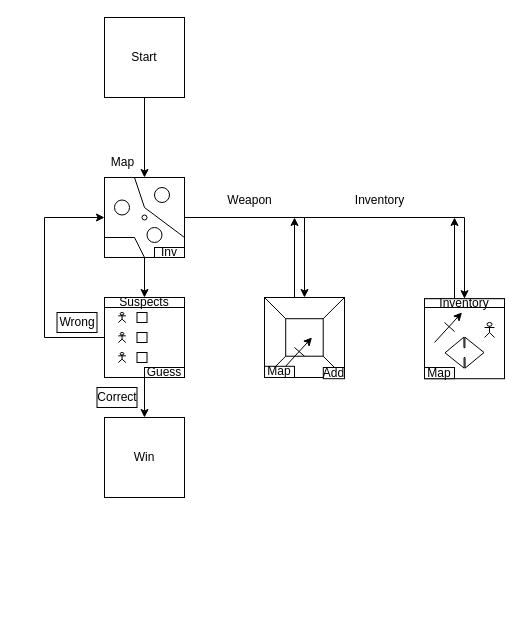
Above: Detective Game.drawio in louisslater/test-AR-js (draw.io), before the change. Source tidied: cells renumbered, new cells numbered last; positions are measured from the earlier drawing's top-left corner, leaving out a move shared by most shapes. Both pictures are drawn from the tidied source at 100%, with x=0, y=0 at pixel (44, 17).
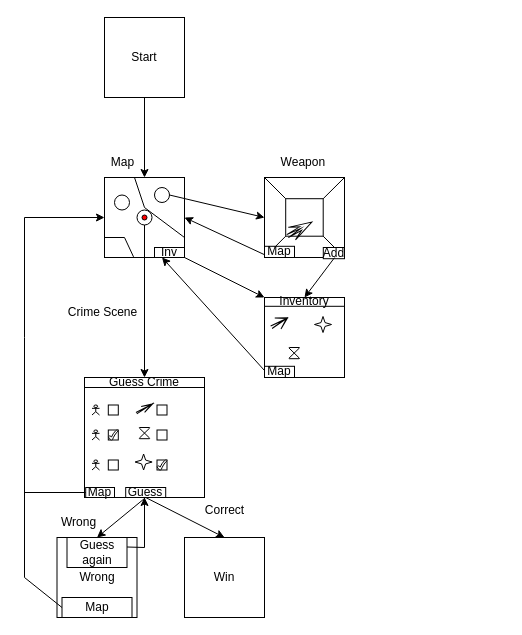
The same page after the edit.

The change refers to these unchanged cells:
```xml
<mxCell id="9" style="whiteSpace=wrap;html=1;" parent="8" vertex="1">
  <mxGeometry width="80" height="80" as="geometry" />
</mxCell>
<mxCell id="10" style="whiteSpace=wrap;html=1;" parent="8" vertex="1">
  <mxGeometry x="21.2" y="21.2" width="37.5" height="37.5" as="geometry" />
</mxCell>
<mxCell id="19" value="Map" style="rounded=0;whiteSpace=wrap;html=1;" parent="8" vertex="1">
  <mxGeometry y="68.8" width="30" height="11.2" as="geometry" />
</mxCell>
<mxCell id="20" style="group;" parent="1" vertex="1">
  <mxGeometry x="60" y="160" width="80" height="80" as="geometry" />
</mxCell>
<mxCell id="21" style="whiteSpace=wrap;html=1;" parent="20" vertex="1">
  <mxGeometry width="80" height="80" as="geometry" />
</mxCell>
<mxCell id="23" style="ellipse;whiteSpace=wrap;html=1;" parent="20" vertex="1">
  <mxGeometry x="50" y="10" width="15" height="15" as="geometry" />
</mxCell>
<mxCell id="29" value="Inv" style="rounded=0;whiteSpace=wrap;html=1;" parent="20" vertex="1">
  <mxGeometry x="50" y="70" width="30" height="10" as="geometry" />
</mxCell>
```

Change to the diagram source:
```diff
@@
-    <mxCell id="4" style="edgeStyle=orthogonalEdgeStyle;rounded=0;jettySize=auto;html=1;exitX=1;exitY=0.5;exitDx=0;exitDy=0;" parent="1" edge="1" source="21" target="9">
-      <mxGeometry relative="1" as="geometry">
-        <Array as="points">
-          <mxPoint x="260" y="200" />
-        </Array>
-      </mxGeometry>
-    </mxCell>
@@
-    <mxCell id="6" value="Weapon" style="text;html=1;align=center;verticalAlign=middle;strokeColor=none;fillColor=none;" parent="1" vertex="1">
-      <mxGeometry x="170" y="168" width="70" height="30" as="geometry" />
+    <mxCell id="6" value="Weapon&amp;nbsp;" style="text;html=1;align=center;verticalAlign=middle;strokeColor=none;fillColor=none;" parent="1" vertex="1">
+      <mxGeometry x="225" y="130" width="70" height="30" as="geometry" />
     </mxCell>
     <mxCell id="7" style="whiteSpace=wrap;html=1;" parent="1" vertex="1">
-      <mxGeometry x="60" y="280" width="80" height="80" as="geometry" />
+      <mxGeometry x="40" y="360" width="120" height="120" as="geometry" />
     </mxCell>
     <mxCell id="8" style="group;" parent="1" vertex="1">
-      <mxGeometry x="220" y="280" width="80" height="81.2" as="geometry" />
+      <mxGeometry x="220" y="160" width="94" height="81.2" as="geometry" />
     </mxCell>
@@
-    <mxCell id="16" style="endArrow=classic;html=1;rounded=0;exitX=0.25;exitY=0.875;exitDx=0;exitDy=0;exitPerimeter=0;" parent="8" edge="1" source="9">
-      <mxGeometry relative="1" as="geometry">
-        <mxPoint x="47.5" y="40" as="targetPoint" />
-      </mxGeometry>
-    </mxCell>
-    <mxCell id="17" style="endArrow=none;html=1;rounded=0;entryX=0.233;entryY=0.767;entryDx=0;entryDy=0;entryPerimeter=0;exitX=0.5;exitY=1;exitDx=0;exitDy=0;" parent="8" edge="1" source="10" target="10">
-      <mxGeometry relative="1" as="geometry" />
-    </mxCell>
@@
+    <mxCell id="55" style="html=1;shadow=0;dashed=0;align=center;verticalAlign=middle;shape=mxgraph.arrows2.stylisedArrow;dy=0.73;dx=13;notch=15;feather=0.77;rotation=-30;" parent="8" vertex="1">
+      <mxGeometry x="21.2" y="44.4" width="28" height="14.4" as="geometry" />
+    </mxCell>
@@
-    <mxCell id="22" style="ellipse;whiteSpace=wrap;html=1;" parent="20" vertex="1">
-      <mxGeometry x="37.5" y="37.5" width="5" height="5" as="geometry" />
-    </mxCell>
@@
     <mxCell id="24" style="ellipse;whiteSpace=wrap;html=1;" parent="20" vertex="1">
-      <mxGeometry x="10" y="22.5" width="15" height="15" as="geometry" />
+      <mxGeometry x="32.5" y="32.5" width="15" height="15" as="geometry" />
     </mxCell>
     <mxCell id="25" style="ellipse;whiteSpace=wrap;html=1;" parent="20" vertex="1">
-      <mxGeometry x="42.5" y="50" width="15" height="15" as="geometry" />
+      <mxGeometry x="10" y="17.5" width="15" height="15" as="geometry" />
     </mxCell>
@@
-    <mxCell id="27" style="endArrow=none;html=1;rounded=0;entryX=0;entryY=0.75;entryDx=0;entryDy=0;exitX=0.5;exitY=1;exitDx=0;exitDy=0;" parent="20" edge="1" source="21" target="21">
+    <mxCell id="27" style="endArrow=none;html=1;rounded=0;entryX=0;entryY=0.75;entryDx=0;entryDy=0;exitX=0.363;exitY=0.992;exitDx=0;exitDy=0;exitPerimeter=0;" parent="20" edge="1" source="21" target="21">
       <mxGeometry relative="1" as="geometry">
         <Array as="points">
-          <mxPoint x="30" y="60" />
+          <mxPoint x="20" y="60" />
         </Array>
       </mxGeometry>
     </mxCell>
@@
+    <mxCell id="22" style="ellipse;whiteSpace=wrap;html=1;fillColor=#FF0000;" parent="20" vertex="1">
+      <mxGeometry x="37.5" y="37.5" width="5" height="5" as="geometry" />
+    </mxCell>
     <mxCell id="30" style="shape=umlActor;verticalLabelPosition=bottom;verticalAlign=top;html=1;" parent="1" vertex="1">
-      <mxGeometry x="73.8" y="295" width="7.5" height="10" as="geometry" />
+      <mxGeometry x="47.5" y="387.5" width="7.5" height="10" as="geometry" />
     </mxCell>
     <mxCell id="31" style="shape=umlActor;verticalLabelPosition=bottom;verticalAlign=top;html=1;" parent="1" vertex="1">
-      <mxGeometry x="73.8" y="315" width="7.5" height="10" as="geometry" />
+      <mxGeometry x="47.5" y="412.5" width="7.5" height="10" as="geometry" />
     </mxCell>
     <mxCell id="32" style="shape=umlActor;verticalLabelPosition=bottom;verticalAlign=top;html=1;" parent="1" vertex="1">
-      <mxGeometry x="73.8" y="335" width="7.5" height="10" as="geometry" />
+      <mxGeometry x="47.5" y="442.5" width="7.5" height="10" as="geometry" />
     </mxCell>
     <mxCell id="33" style="whiteSpace=wrap;html=1;" parent="1" vertex="1">
-      <mxGeometry x="92.5" y="295" width="10" height="10" as="geometry" />
+      <mxGeometry x="63.8" y="387.5" width="10" height="10" as="geometry" />
     </mxCell>
     <mxCell id="34" style="whiteSpace=wrap;html=1;" parent="1" vertex="1">
-      <mxGeometry x="92.5" y="315" width="10" height="10" as="geometry" />
+      <mxGeometry x="63.8" y="412.5" width="10" height="10" as="geometry" />
     </mxCell>
     <mxCell id="35" style="whiteSpace=wrap;html=1;" parent="1" vertex="1">
-      <mxGeometry x="92.5" y="335" width="10" height="10" as="geometry" />
+      <mxGeometry x="63.8" y="442.5" width="10" height="10" as="geometry" />
     </mxCell>
-    <mxCell id="36" value="Suspects" style="rounded=0;whiteSpace=wrap;html=1;" parent="1" vertex="1">
-      <mxGeometry x="60" y="280" width="80" height="10" as="geometry" />
+    <mxCell id="36" value="Guess Crime" style="rounded=0;whiteSpace=wrap;html=1;" parent="1" vertex="1">
+      <mxGeometry x="40" y="360" width="120" height="10" as="geometry" />
     </mxCell>
-    <mxCell id="37" style="endArrow=classic;html=1;rounded=0;entryX=0.5;entryY=0;entryDx=0;entryDy=0;" parent="1" edge="1" target="36">
-      <mxGeometry relative="1" as="geometry">
-        <mxPoint x="100" y="240" as="sourcePoint" />
-      </mxGeometry>
+    <mxCell id="37" style="endArrow=classic;html=1;rounded=0;exitX=0.5;exitY=1;exitDx=0;exitDy=0;entryX=0.5;entryY=0;entryDx=0;entryDy=0;" parent="1" edge="1" source="24" target="36">
+      <mxGeometry relative="1" as="geometry" />
     </mxCell>
     <mxCell id="38" value="Guess" style="rounded=0;whiteSpace=wrap;html=1;" parent="1" vertex="1">
-      <mxGeometry x="100" y="350" width="40" height="10" as="geometry" />
+      <mxGeometry x="81.2" y="470" width="40" height="10" as="geometry" />
     </mxCell>
-    <mxCell id="39" style="endArrow=classic;html=1;rounded=0;exitX=0;exitY=0.5;exitDx=0;exitDy=0;" parent="1" edge="1" source="7">
-      <mxGeometry relative="1" as="geometry">
-        <mxPoint x="60" y="200" as="targetPoint" />
-        <Array as="points">
-          <mxPoint y="320" />
-          <mxPoint y="200" />
-        </Array>
-      </mxGeometry>
-    </mxCell>
     <mxCell id="40" value="Win" style="whiteSpace=wrap;html=1;" parent="1" vertex="1">
-      <mxGeometry x="60" y="400" width="80" height="80" as="geometry" />
+      <mxGeometry x="140" y="520" width="80" height="80" as="geometry" />
     </mxCell>
-    <mxCell id="41" style="endArrow=classic;html=1;rounded=0;entryX=0.5;entryY=0;entryDx=0;entryDy=0;exitX=0;exitY=1;exitDx=0;exitDy=0;" parent="1" edge="1" source="38" target="40">
+    <mxCell id="41" style="endArrow=classic;html=1;rounded=0;entryX=0.5;entryY=0;entryDx=0;entryDy=0;exitX=0.5;exitY=1;exitDx=0;exitDy=0;" parent="1" edge="1" source="38" target="40">
       <mxGeometry relative="1" as="geometry" />
     </mxCell>
-    <mxCell id="42" style="endArrow=classic;html=1;rounded=0;" parent="1" edge="1" target="43">
-      <mxGeometry relative="1" as="geometry">
-        <mxPoint x="260" y="200" as="sourcePoint" />
-        <Array as="points">
-          <mxPoint x="420" y="200" />
-        </Array>
-      </mxGeometry>
-    </mxCell>
     <mxCell id="43" style="whiteSpace=wrap;html=1;" parent="1" vertex="1">
-      <mxGeometry x="380" y="281.2" width="80" height="80" as="geometry" />
+      <mxGeometry x="220" y="280" width="80" height="80" as="geometry" />
     </mxCell>
-    <mxCell id="44" value="Inventory" style="text;html=1;align=center;verticalAlign=middle;strokeColor=none;fillColor=none;" parent="1" vertex="1">
-      <mxGeometry x="300" y="168" width="70" height="30" as="geometry" />
-    </mxCell>
     <mxCell id="45" value="Inventory" style="rounded=0;whiteSpace=wrap;html=1;" parent="1" vertex="1">
-      <mxGeometry x="380" y="281.2" width="80" height="8.8" as="geometry" />
+      <mxGeometry x="220" y="280" width="80" height="8.8" as="geometry" />
     </mxCell>
-    <mxCell id="46" style="endArrow=classic;html=1;rounded=0;exitX=0.25;exitY=0.875;exitDx=0;exitDy=0;exitPerimeter=0;" parent="1" edge="1">
-      <mxGeometry relative="1" as="geometry">
-        <mxPoint x="390" y="325" as="sourcePoint" />
-        <mxPoint x="417.5" y="295" as="targetPoint" />
-      </mxGeometry>
-    </mxCell>
-    <mxCell id="47" style="endArrow=none;html=1;rounded=0;entryX=0.233;entryY=0.767;entryDx=0;entryDy=0;entryPerimeter=0;exitX=0.5;exitY=1;exitDx=0;exitDy=0;" parent="1" edge="1">
-      <mxGeometry relative="1" as="geometry">
-        <mxPoint x="410" y="314" as="sourcePoint" />
-        <mxPoint x="400" y="305" as="targetPoint" />
-      </mxGeometry>
-    </mxCell>
-    <mxCell id="48" style="shape=umlActor;verticalLabelPosition=bottom;verticalAlign=top;html=1;" parent="1" vertex="1">
-      <mxGeometry x="440" y="305" width="10" height="15" as="geometry" />
-    </mxCell>
-    <mxCell id="49" style="shape=flexArrow;endArrow=classic;startArrow=classic;html=1;rounded=0;exitX=0.125;exitY=0.605;exitDx=0;exitDy=0;exitPerimeter=0;" parent="1" edge="1">
-      <mxGeometry relative="1" as="geometry">
-        <mxPoint x="400" y="335.3" as="sourcePoint" />
-        <mxPoint x="440" y="335.2" as="targetPoint" />
-        <Array as="points">
-          <mxPoint x="440" y="335" />
-        </Array>
-      </mxGeometry>
-    </mxCell>
     <mxCell id="50" value="Map" style="rounded=0;whiteSpace=wrap;html=1;" parent="1" vertex="1">
-      <mxGeometry x="380" y="350" width="30" height="11.2" as="geometry" />
+      <mxGeometry x="220" y="348.8" width="30" height="11.2" as="geometry" />
     </mxCell>
-    <mxCell id="51" style="endArrow=classic;html=1;rounded=0;" parent="1" edge="1">
-      <mxGeometry relative="1" as="geometry">
-        <mxPoint x="250" y="280" as="sourcePoint" />
-        <mxPoint x="250" y="200" as="targetPoint" />
-      </mxGeometry>
-    </mxCell>
-    <mxCell id="52" style="endArrow=classic;html=1;rounded=0;" parent="1" edge="1">
-      <mxGeometry relative="1" as="geometry">
-        <mxPoint x="410" y="281.2" as="sourcePoint" />
-        <mxPoint x="410" y="200" as="targetPoint" />
-      </mxGeometry>
-    </mxCell>
-    <mxCell id="53" value="Wrong" style="rounded=0;whiteSpace=wrap;html=1;" parent="1" vertex="1">
-      <mxGeometry x="12.5" y="295" width="40" height="20" as="geometry" />
-    </mxCell>
+    <mxCell id="56" value="Crime Scene" style="text;html=1;align=center;verticalAlign=middle;strokeColor=none;fillColor=none;" parent="1" vertex="1">
+      <mxGeometry x="12.5" y="280" width="90" height="30" as="geometry" />
+    </mxCell>
+    <mxCell id="57" style="endArrow=classic;html=1;rounded=0;exitX=1;exitY=0.5;exitDx=0;exitDy=0;entryX=0;entryY=0.5;entryDx=0;entryDy=0;" parent="1" edge="1" source="23" target="9">
+      <mxGeometry relative="1" as="geometry" />
+    </mxCell>
+    <mxCell id="58" style="endArrow=classic;html=1;rounded=0;entryX=0.5;entryY=0;entryDx=0;entryDy=0;exitX=0.876;exitY=1.001;exitDx=0;exitDy=0;exitPerimeter=0;" parent="1" edge="1" source="9" target="45">
+      <mxGeometry relative="1" as="geometry" />
+    </mxCell>
+    <mxCell id="59" style="endArrow=classic;html=1;rounded=0;entryX=0;entryY=0;entryDx=0;entryDy=0;" parent="1" edge="1" target="43">
+      <mxGeometry relative="1" as="geometry">
+        <mxPoint x="140" y="240" as="sourcePoint" />
+      </mxGeometry>
+    </mxCell>
+    <mxCell id="60" style="endArrow=classic;html=1;rounded=0;entryX=0.25;entryY=1;entryDx=0;entryDy=0;exitX=0.004;exitY=0.917;exitDx=0;exitDy=0;exitPerimeter=0;" parent="1" edge="1" source="43" target="29">
+      <mxGeometry relative="1" as="geometry" />
+    </mxCell>
+    <mxCell id="61" style="whiteSpace=wrap;html=1;" parent="1" vertex="1">
+      <mxGeometry x="112.5" y="387.5" width="10" height="10" as="geometry" />
+    </mxCell>
+    <mxCell id="62" style="whiteSpace=wrap;html=1;" parent="1" vertex="1">
+      <mxGeometry x="112.5" y="412.5" width="10" height="10" as="geometry" />
+    </mxCell>
+    <mxCell id="63" style="whiteSpace=wrap;html=1;" parent="1" vertex="1">
+      <mxGeometry x="112.5" y="442.5" width="10" height="10" as="geometry" />
+    </mxCell>
+    <mxCell id="64" style="html=1;shadow=0;dashed=0;align=center;verticalAlign=middle;shape=mxgraph.arrows2.stylisedArrow;dy=1;dx=1.27;notch=15;feather=0.77;rotation=-30;" parent="1" vertex="1">
+      <mxGeometry x="90.6" y="387.5" width="18.8" height="6.9" as="geometry" />
+    </mxCell>
+    <mxCell id="65" style="verticalLabelPosition=bottom;verticalAlign=top;html=1;shape=mxgraph.flowchart.collate;" parent="1" vertex="1">
+      <mxGeometry x="94.7" y="410" width="10.6" height="11.2" as="geometry" />
+    </mxCell>
+    <mxCell id="66" style="verticalLabelPosition=bottom;verticalAlign=top;html=1;shape=mxgraph.basic.4_point_star_2;dx=0.76;" parent="1" vertex="1">
+      <mxGeometry x="90.6" y="436.5" width="17" height="16" as="geometry" />
+    </mxCell>
+    <mxCell id="67" style="html=1;shadow=0;dashed=0;align=center;verticalAlign=middle;shape=mxgraph.arrows2.stylisedArrow;dy=1;dx=1.27;notch=15;feather=0.77;rotation=-30;" parent="1" vertex="1">
+      <mxGeometry x="225.6" y="298.8" width="18.8" height="12.5" as="geometry" />
+    </mxCell>
+    <mxCell id="68" style="verticalLabelPosition=bottom;verticalAlign=top;html=1;shape=mxgraph.flowchart.collate;" parent="1" vertex="1">
+      <mxGeometry x="244.4" y="330" width="10.6" height="11.2" as="geometry" />
+    </mxCell>
+    <mxCell id="69" style="verticalLabelPosition=bottom;verticalAlign=top;html=1;shape=mxgraph.basic.4_point_star_2;dx=0.76;" parent="1" vertex="1">
+      <mxGeometry x="270" y="299" width="17" height="16" as="geometry" />
+    </mxCell>
+    <mxCell id="70" value="Wrong" style="whiteSpace=wrap;html=1;" parent="1" vertex="1">
+      <mxGeometry x="12.5" y="520" width="80" height="80" as="geometry" />
+    </mxCell>
-    <mxCell id="54" value="Correct" style="rounded=0;whiteSpace=wrap;html=1;" parent="1" vertex="1">
-      <mxGeometry x="52.5" y="370" width="40" height="20" as="geometry" />
+    <mxCell id="54" value="Correct" style="text;html=1;align=center;verticalAlign=middle;strokeColor=none;fillColor=none;" parent="1" vertex="1">
+      <mxGeometry x="150" y="478" width="60" height="30" as="geometry" />
     </mxCell>
+    <mxCell id="71" value="Wrong" style="text;html=1;align=center;verticalAlign=middle;strokeColor=none;fillColor=none;" parent="1" vertex="1">
+      <mxGeometry x="3.8" y="490" width="60" height="30" as="geometry" />
+    </mxCell>
+    <mxCell id="72" style="endArrow=classic;html=1;rounded=0;entryX=0.5;entryY=0;entryDx=0;entryDy=0;exitX=0.5;exitY=1;exitDx=0;exitDy=0;" parent="1" edge="1" source="38" target="70">
+      <mxGeometry relative="1" as="geometry" />
+    </mxCell>
+    <mxCell id="73" value="Map" style="rounded=0;whiteSpace=wrap;html=1;" parent="1" vertex="1">
+      <mxGeometry x="17.5" y="580" width="70" height="20" as="geometry" />
+    </mxCell>
+    <mxCell id="39" style="endArrow=classic;html=1;rounded=0;exitX=0;exitY=0.5;exitDx=0;exitDy=0;entryX=0;entryY=0.5;entryDx=0;entryDy=0;" parent="1" edge="1" source="73" target="21">
+      <mxGeometry relative="1" as="geometry">
+        <Array as="points">
+          <mxPoint x="-20" y="560" />
+          <mxPoint x="-20" y="320" />
+          <mxPoint x="-20" y="200" />
+        </Array>
+      </mxGeometry>
+    </mxCell>
+    <mxCell id="74" value="Map" style="rounded=0;whiteSpace=wrap;html=1;" parent="1" vertex="1">
+      <mxGeometry x="41.2" y="470" width="28.8" height="10" as="geometry" />
+    </mxCell>
+    <mxCell id="75" style="endArrow=none;html=1;rounded=0;entryX=0;entryY=0.5;entryDx=0;entryDy=0;" parent="1" edge="1" target="74">
+      <mxGeometry relative="1" as="geometry">
+        <mxPoint x="-20" y="475" as="sourcePoint" />
+      </mxGeometry>
+    </mxCell>
+    <mxCell id="76" value="Guess again" style="rounded=0;whiteSpace=wrap;html=1;" parent="1" vertex="1">
+      <mxGeometry x="22.5" y="520" width="60" height="30" as="geometry" />
+    </mxCell>
+    <mxCell id="77" style="endArrow=classic;html=1;rounded=0;exitX=0.5;exitY=0;exitDx=0;exitDy=0;" parent="1" edge="1">
+      <mxGeometry relative="1" as="geometry">
+        <mxPoint x="82.5" y="529.5" as="sourcePoint" />
+        <mxPoint x="100" y="480" as="targetPoint" />
+        <Array as="points">
+          <mxPoint x="100" y="530" />
+        </Array>
+      </mxGeometry>
+    </mxCell>
+    <mxCell id="78" style="endArrow=classic;html=1;rounded=0;entryX=1;entryY=0.5;entryDx=0;entryDy=0;exitX=0;exitY=0.75;exitDx=0;exitDy=0;" parent="1" edge="1" source="19" target="21">
+      <mxGeometry relative="1" as="geometry" />
+    </mxCell>
+    <mxCell id="79" style="verticalLabelPosition=bottom;verticalAlign=top;html=1;shape=mxgraph.basic.tick;" parent="1" vertex="1">
+      <mxGeometry x="63.8" y="412.5" width="10" height="10" as="geometry" />
+    </mxCell>
+    <mxCell id="80" style="verticalLabelPosition=bottom;verticalAlign=top;html=1;shape=mxgraph.basic.tick;" parent="1" vertex="1">
+      <mxGeometry x="112.5" y="442.5" width="10" height="10" as="geometry" />
+    </mxCell>
```
